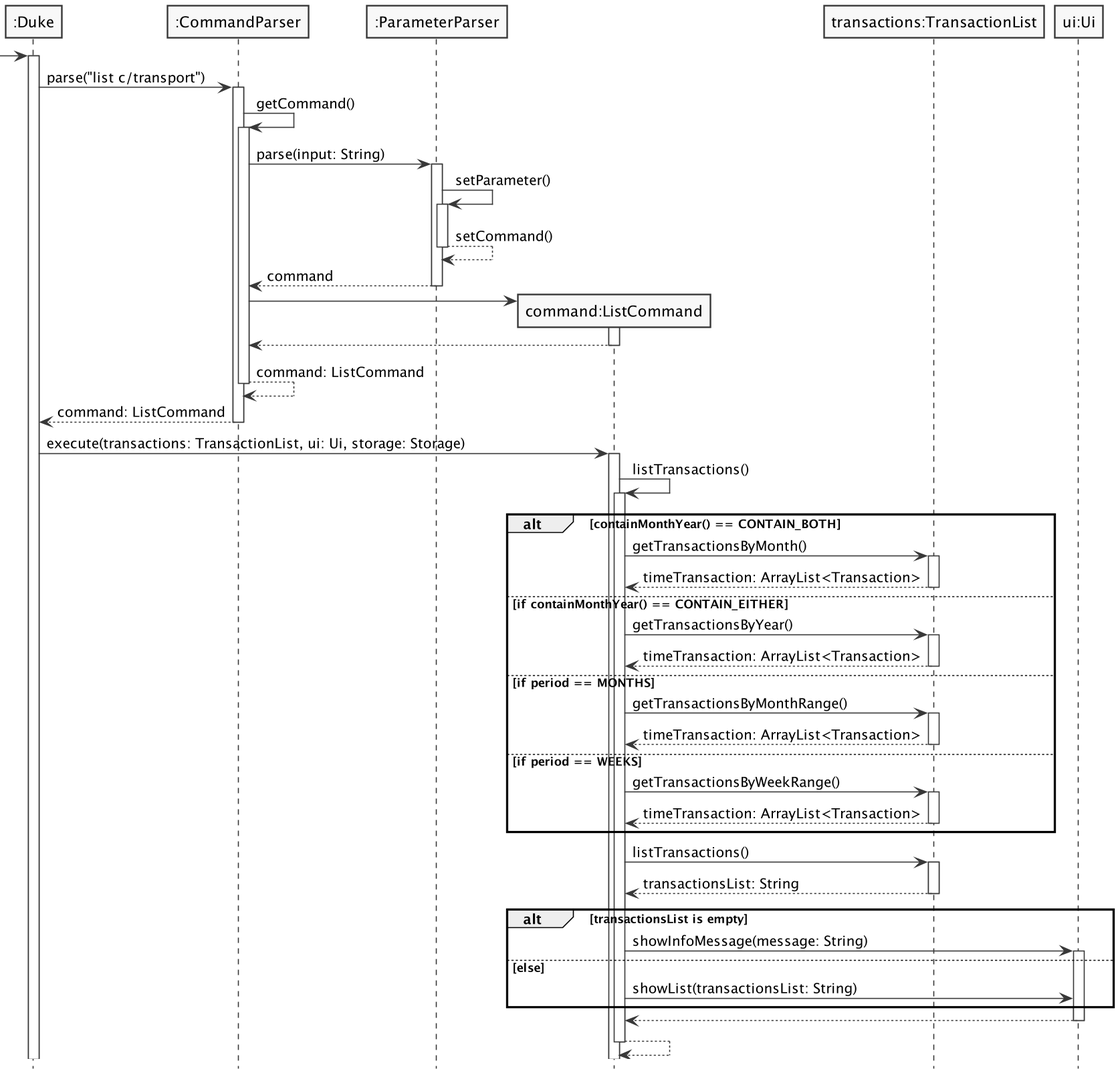
Above: docs/images/ListCommandSequenceDiagram.png in nus-cs2113-AY2223S1/tp (PlantUML), before the change.
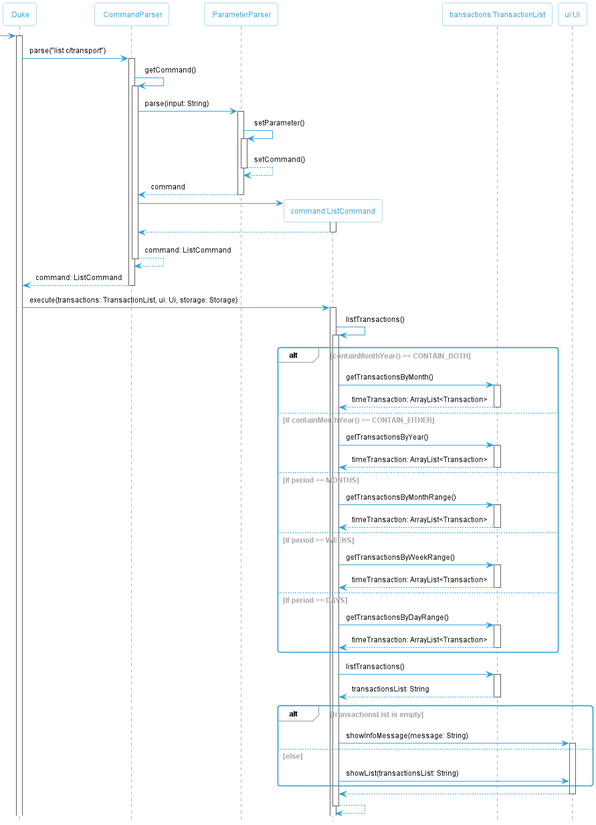
The same diagram one commit later.

The edit, as a diff of the source:
```diff
@@ -1,7 +1,5 @@
 @startuml
-skinparam monochrome true
-skinparam shadowing false
-hide footbox
+!include Style.puml
 
 Participant ":Duke" as Duke
 Participant ":CommandParser" as CommandParser
@@ -43,8 +41,6 @@
 Duke -> ListCommand:execute(transactions: TransactionList, ui: Ui, storage: Storage)
 activate ListCommand
 
-
-
 ListCommand -> ListCommand:listTransactions()
 activate ListCommand
 
@@ -62,6 +58,10 @@
     return timeTransaction: ArrayList<Transaction>
 else if period == WEEKS
     ListCommand -> Transactions:getTransactionsByWeekRange()
+    activate Transactions
+    return timeTransaction: ArrayList<Transaction>
+else if period == DAYS
+    ListCommand -> Transactions:getTransactionsByDayRange()
     activate Transactions
     return timeTransaction: ArrayList<Transaction>
 end
```
